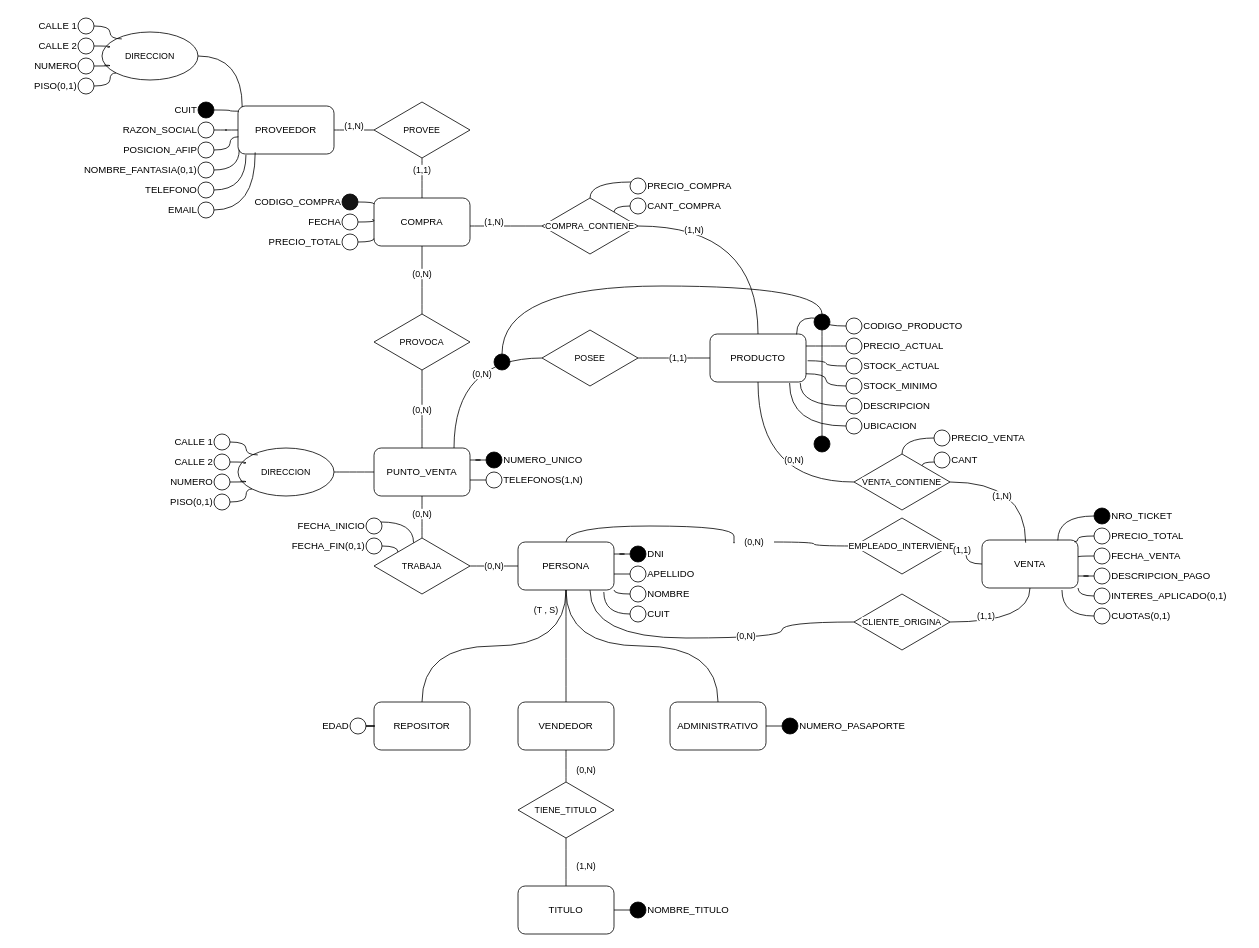
The draw.io diagram Parcial2022_Punto1_Tema1.drawio in imnotsetro/DBD, before the edit. Source tidied: cells renumbered, new cells numbered last; positions are measured from the earlier drawing's top-left corner, leaving out a move shared by most shapes. Both pictures are drawn from the tidied source at 80%, with x=0, y=0 at pixel (14, 14).
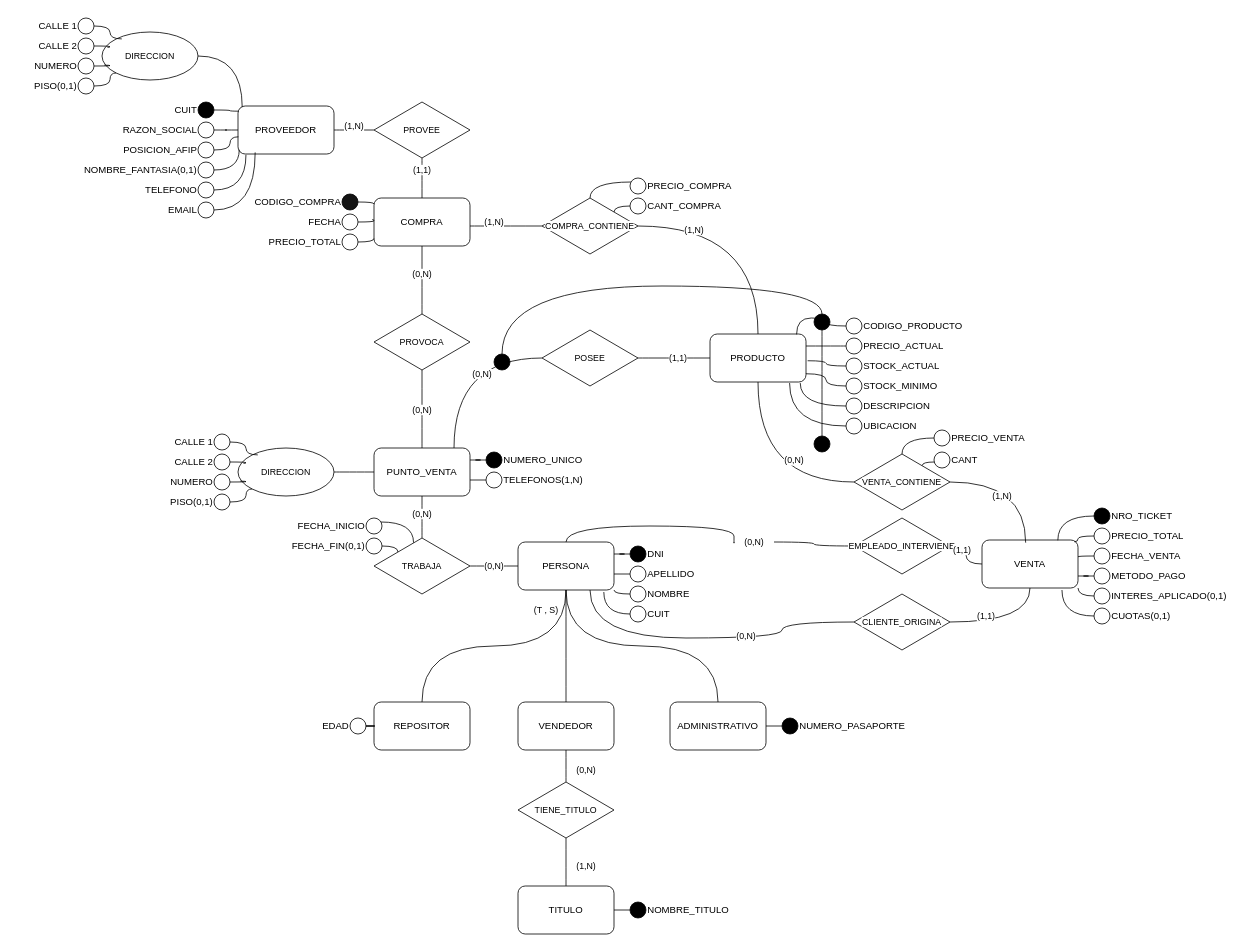
The same page after the edit.

Diff of the diagram source:
```diff
@@
-    <mxCell id="106" value="DESCRIPCION_PAGO" style="text;html=1;align=left;verticalAlign=middle;strokeColor=none;fillColor=none;" parent="1" vertex="1">
-      <mxGeometry x="1370" y="687.5" width="150" height="30" as="geometry" />
+    <mxCell id="106" value="METODO_PAGO" style="text;html=1;align=left;verticalAlign=middle;strokeColor=none;fillColor=none;" parent="1" vertex="1">
+      <mxGeometry x="1370" y="687.5" width="110" height="30" as="geometry" />
     </mxCell>
```
